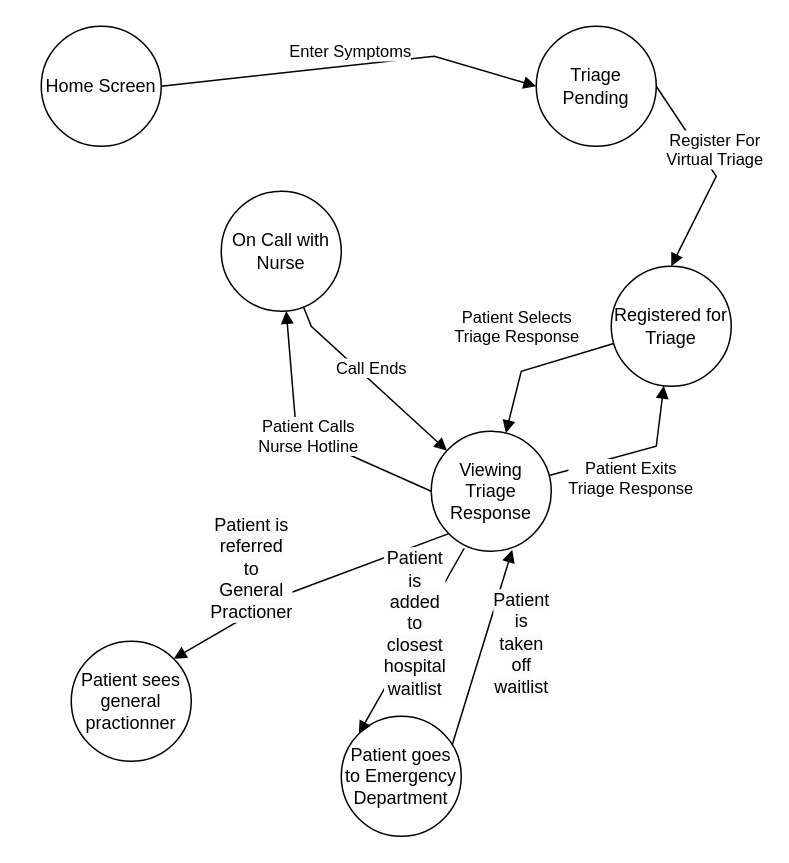
Above: OliverWork/Milestone2/PatientStateDiagram.drawio in SENG-350-2024-fall/Team9 (draw.io), before the change. Source tidied: cells renumbered, new cells numbered last; positions are measured from the earlier drawing's top-left corner, leaving out a move shared by most shapes. Both pictures are drawn from the tidied source at 150%, with x=0, y=0 at pixel (40, 26).
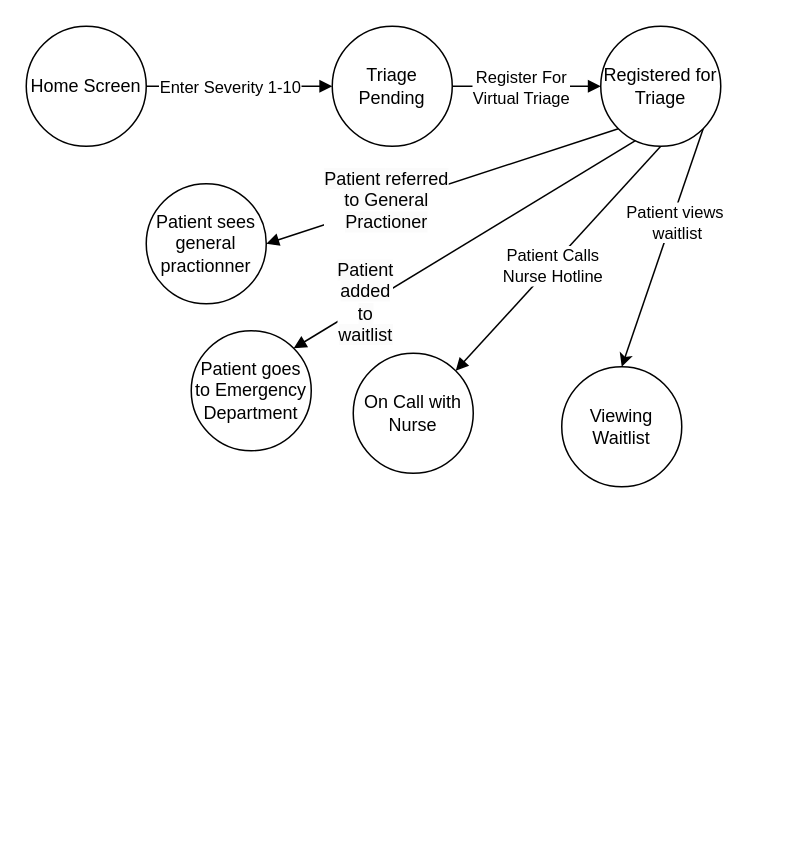
The same diagram, later.

The edit, as a diff of the source:
```diff
@@
     <mxCell id="2" value="Home Screen" style="ellipse;whiteSpace=wrap;html=1;" parent="1" vertex="1">
-      <mxGeometry width="80" height="80" as="geometry" />
+      <mxGeometry x="-10" width="80" height="80" as="geometry" />
     </mxCell>
     <mxCell id="3" value="On Call with Nurse" style="ellipse;whiteSpace=wrap;html=1;" parent="1" vertex="1">
-      <mxGeometry x="120" y="110" width="80" height="80" as="geometry" />
+      <mxGeometry x="208" y="218" width="80" height="80" as="geometry" />
     </mxCell>
-    <mxCell id="4" value="Patient Calls&lt;div&gt;Nurse Hotline&lt;/div&gt;" style="html=1;verticalAlign=bottom;endArrow=block;curved=0;rounded=0;exitX=0;exitY=0.5;exitDx=0;exitDy=0;" parent="1" edge="1" source="10" target="3">
-      <mxGeometry x="-0.06" y="14" relative="1" as="geometry">
-        <Array as="points">
-          <mxPoint x="170" y="270" />
-        </Array>
-      </mxGeometry>
+    <mxCell id="4" style="html=1;verticalAlign=bottom;endArrow=block;curved=0;rounded=0;entryX=1;entryY=0;entryDx=0;entryDy=0;exitX=0.5;exitY=1;exitDx=0;exitDy=0;" parent="1" edge="1" source="10" target="3">
+      <mxGeometry x="0.01" y="17" relative="1" as="geometry" />
     </mxCell>
-    <mxCell id="5" value="Call Ends" style="html=1;verticalAlign=bottom;endArrow=block;curved=0;rounded=0;" parent="1" edge="1" source="3" target="10">
-      <mxGeometry relative="1" as="geometry">
-        <Array as="points">
-          <mxPoint x="180" y="200" />
-        </Array>
-      </mxGeometry>
-    </mxCell>
+    <mxCell id="18" value="Patient Calls&lt;div&gt;Nurse Hotline&lt;/div&gt;" style="edgeLabel;html=1;align=center;verticalAlign=middle;" parent="4" vertex="1">
+      <mxGeometry x="0.06" relative="1" as="geometry" />
+    </mxCell>
-    <mxCell id="6" value="Register For&lt;div&gt;Virtual Triage&lt;/div&gt;" style="html=1;verticalAlign=bottom;endArrow=block;curved=0;rounded=0;exitX=1;exitY=0.5;exitDx=0;exitDy=0;entryX=0.5;entryY=0;entryDx=0;entryDy=0;" parent="1" edge="1" source="7" target="8">
-      <mxGeometry relative="1" as="geometry">
-        <Array as="points">
-          <mxPoint x="450" y="100" />
-        </Array>
-      </mxGeometry>
+    <mxCell id="6" style="html=1;verticalAlign=bottom;endArrow=block;rounded=0;entryX=0;entryY=0.5;entryDx=0;entryDy=0;exitX=1;exitY=0.5;exitDx=0;exitDy=0;" parent="1" edge="1" source="7" target="10">
+      <mxGeometry relative="1" as="geometry" />
     </mxCell>
+    <mxCell id="19" value="Register For&lt;div&gt;Virtual Triage&lt;/div&gt;" style="edgeLabel;html=1;align=center;verticalAlign=middle;" parent="6" vertex="1">
+      <mxGeometry x="-0.32" relative="1" as="geometry">
+        <mxPoint x="11" as="offset" />
+      </mxGeometry>
+    </mxCell>
     <mxCell id="7" value="Triage Pending" style="ellipse;whiteSpace=wrap;html=1;" parent="1" vertex="1">
-      <mxGeometry x="330" width="80" height="80" as="geometry" />
+      <mxGeometry x="194" width="80" height="80" as="geometry" />
     </mxCell>
-    <mxCell id="8" value="Registered for Triage" style="ellipse;whiteSpace=wrap;html=1;" parent="1" vertex="1">
-      <mxGeometry x="380" y="160" width="80" height="80" as="geometry" />
-    </mxCell>
-    <mxCell id="9" value="Enter Symptoms" style="html=1;verticalAlign=bottom;endArrow=block;curved=0;rounded=0;exitX=1;exitY=0.5;exitDx=0;exitDy=0;entryX=0;entryY=0.5;entryDx=0;entryDy=0;" parent="1" edge="1" source="2" target="7">
-      <mxGeometry relative="1" as="geometry">
-        <Array as="points">
-          <mxPoint x="262" y="20" />
-        </Array>
-      </mxGeometry>
+    <mxCell id="9" style="html=1;verticalAlign=bottom;endArrow=block;rounded=0;exitX=1;exitY=0.5;exitDx=0;exitDy=0;entryX=0;entryY=0.5;entryDx=0;entryDy=0;" parent="1" edge="1" source="2" target="7">
+      <mxGeometry relative="1" as="geometry" />
     </mxCell>
+    <mxCell id="20" value="Enter Severity 1-10" style="edgeLabel;html=1;align=center;verticalAlign=middle;" parent="9" vertex="1">
+      <mxGeometry x="0.12" y="-1" relative="1" as="geometry">
+        <mxPoint x="-14" y="-1" as="offset" />
+      </mxGeometry>
+    </mxCell>
+    <mxCell id="21" style="rounded=0;jettySize=auto;html=1;entryX=0.5;entryY=0;entryDx=0;entryDy=0;exitX=1;exitY=1;exitDx=0;exitDy=0;" parent="1" edge="1" source="10" target="25">
+      <mxGeometry relative="1" as="geometry" />
+    </mxCell>
+    <mxCell id="22" value="Patient views&amp;nbsp;&lt;div&gt;waitlist&lt;/div&gt;" style="edgeLabel;html=1;align=center;verticalAlign=middle;" parent="21" vertex="1">
+      <mxGeometry x="-0.22" y="3" relative="1" as="geometry" />
+    </mxCell>
-    <mxCell id="10" value="Viewing Triage Response" style="ellipse;whiteSpace=wrap;html=1;" parent="1" vertex="1">
-      <mxGeometry x="260" y="270" width="80" height="80" as="geometry" />
+    <mxCell id="10" value="Registered for Triage" style="ellipse;whiteSpace=wrap;html=1;" parent="1" vertex="1">
+      <mxGeometry x="373" width="80" height="80" as="geometry" />
     </mxCell>
-    <mxCell id="11" value="Patient Selects&lt;div&gt;Triage Response&lt;/div&gt;" style="html=1;verticalAlign=bottom;endArrow=block;curved=0;rounded=0;" parent="1" edge="1" source="8" target="10">
-      <mxGeometry x="0.18" y="-14" relative="1" as="geometry">
-        <Array as="points">
-          <mxPoint x="320" y="230" />
-        </Array>
-      </mxGeometry>
-    </mxCell>
-    <mxCell id="12" value="Patient Exits&lt;div&gt;Triage Response&lt;/div&gt;" style="html=1;verticalAlign=bottom;endArrow=block;curved=0;rounded=0;" parent="1" edge="1" source="10" target="8">
-      <mxGeometry x="-0.16" y="-32" relative="1" as="geometry">
-        <Array as="points">
-          <mxPoint x="410" y="280" />
-        </Array>
-        <mxPoint y="-1" as="offset" />
-      </mxGeometry>
-    </mxCell>
     <mxCell id="13" value="Patient sees general practionner" style="ellipse;whiteSpace=wrap;html=1;" parent="1" vertex="1">
-      <mxGeometry x="20" y="410" width="80" height="80" as="geometry" />
+      <mxGeometry x="70" y="105" width="80" height="80" as="geometry" />
     </mxCell>
-    <mxCell id="14" value="&lt;span style=&quot;font-size: 12px; text-wrap-mode: wrap; background-color: rgb(251, 251, 251);&quot;&gt;Patient is referred to General Practioner&lt;/span&gt;" style="html=1;verticalAlign=bottom;endArrow=block;curved=0;rounded=0;exitX=0;exitY=1;exitDx=0;exitDy=0;entryX=1;entryY=0;entryDx=0;entryDy=0;" parent="1" edge="1" source="10" target="13">
-      <mxGeometry x="0.45" y="7" relative="1" as="geometry">
-        <Array as="points">
-          <mxPoint x="160" y="380" />
-        </Array>
-      </mxGeometry>
+    <mxCell id="14" style="html=1;verticalAlign=bottom;endArrow=block;rounded=0;exitX=0;exitY=1;exitDx=0;exitDy=0;entryX=1;entryY=0.5;entryDx=0;entryDy=0;" parent="1" edge="1" source="10" target="13">
+      <mxGeometry x="0.32" y="11" relative="1" as="geometry" />
     </mxCell>
+    <mxCell id="23" value="&lt;span style=&quot;font-size: 12px; text-wrap-mode: wrap; background-color: rgb(251, 251, 251);&quot;&gt;Patient&amp;nbsp;&lt;/span&gt;&lt;span style=&quot;background-color: rgb(251, 251, 251); font-size: 12px; text-wrap-mode: wrap;&quot;&gt;referred to General Practioner&lt;/span&gt;" style="edgeLabel;html=1;align=center;verticalAlign=middle;" parent="14" vertex="1">
+      <mxGeometry x="0.14" y="-1" relative="1" as="geometry">
+        <mxPoint x="-21" y="4" as="offset" />
+      </mxGeometry>
+    </mxCell>
     <mxCell id="15" value="Patient goes to Emergency Department" style="ellipse;whiteSpace=wrap;html=1;" parent="1" vertex="1">
-      <mxGeometry x="200" y="460" width="80" height="80" as="geometry" />
+      <mxGeometry x="100" y="203" width="80" height="80" as="geometry" />
     </mxCell>
-    <mxCell id="16" value="&lt;span style=&quot;font-size: 12px; text-wrap-mode: wrap; background-color: rgb(251, 251, 251);&quot;&gt;Patient is added to closest hospital waitlist&lt;/span&gt;" style="html=1;verticalAlign=bottom;endArrow=block;curved=0;rounded=0;exitX=0;exitY=1;exitDx=0;exitDy=0;entryX=0;entryY=0;entryDx=0;entryDy=0;" parent="1" edge="1" target="15">
+    <mxCell id="16" style="html=1;verticalAlign=bottom;endArrow=block;curved=0;rounded=0;entryX=1;entryY=0;entryDx=0;entryDy=0;exitX=0.289;exitY=0.954;exitDx=0;exitDy=0;exitPerimeter=0;" parent="1" edge="1" source="10" target="15">
       <mxGeometry x="0.47" y="23" relative="1" as="geometry">
-        <mxPoint x="282" y="348" as="sourcePoint" />
         <mxPoint x="-1" as="offset" />
       </mxGeometry>
     </mxCell>
-    <mxCell id="17" value="&lt;span style=&quot;font-size: 12px; text-wrap-mode: wrap; background-color: rgb(251, 251, 251);&quot;&gt;Patient is taken off waitlist&lt;/span&gt;" style="html=1;verticalAlign=bottom;endArrow=block;curved=0;rounded=0;exitX=0.925;exitY=0.238;exitDx=0;exitDy=0;entryX=0.675;entryY=0.988;entryDx=0;entryDy=0;entryPerimeter=0;exitPerimeter=0;" parent="1" edge="1" source="15" target="10">
-      <mxGeometry x="-0.39" y="-35" relative="1" as="geometry" />
-    </mxCell>
+    <mxCell id="24" value="&lt;span style=&quot;font-size: 12px; text-wrap-mode: wrap; background-color: rgb(251, 251, 251);&quot;&gt;Patient added to waitlist&lt;/span&gt;" style="edgeLabel;html=1;align=center;verticalAlign=middle;" parent="16" vertex="1">
+      <mxGeometry x="0.3" y="-4" relative="1" as="geometry">
+        <mxPoint x="-31" y="21" as="offset" />
+      </mxGeometry>
+    </mxCell>
+    <mxCell id="25" value="Viewing Waitlist" style="ellipse;whiteSpace=wrap;html=1;" parent="1" vertex="1">
+      <mxGeometry x="347" y="227" width="80" height="80" as="geometry" />
+    </mxCell>
```
